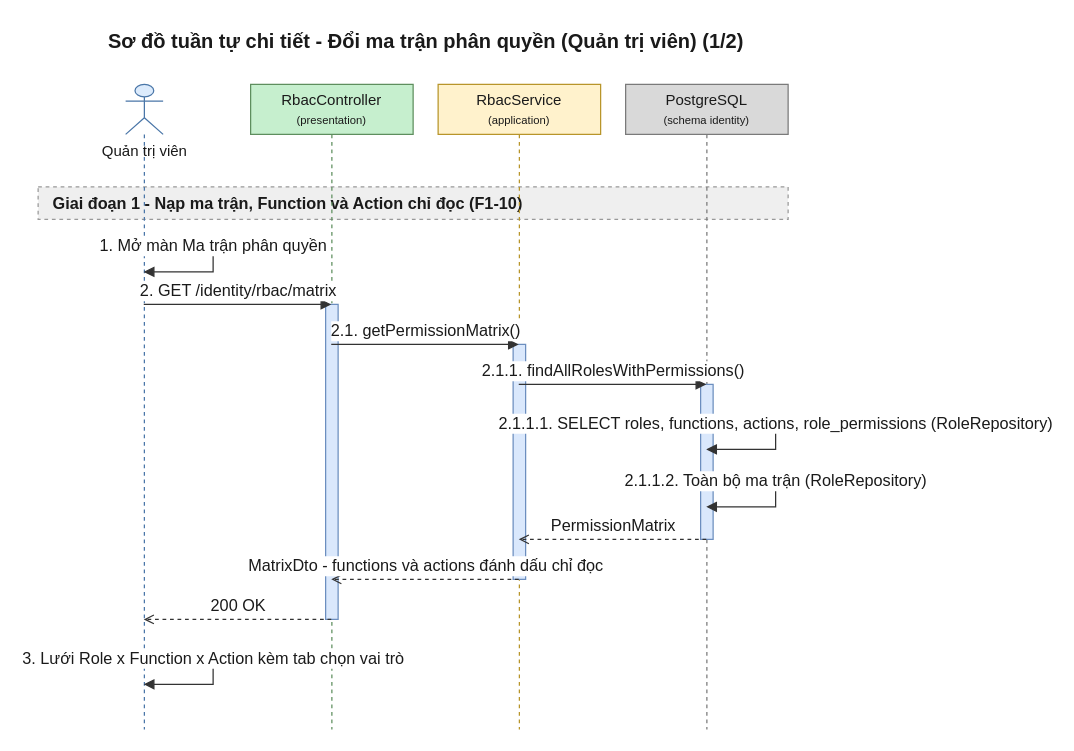
Above: 08-diagram/sequence/admin/sequence_admin_doi_ma_tran_phan_quyen_p1.drawio in daiphu1801/PRJ_ALGOPREP (draw.io), before the change. Source tidied: cells renumbered, new cells numbered last; positions are measured from the earlier drawing's top-left corner, leaving out a move shared by most shapes. Both pictures are drawn from the tidied source at 125%, with x=0, y=0 at pixel (38, 21).
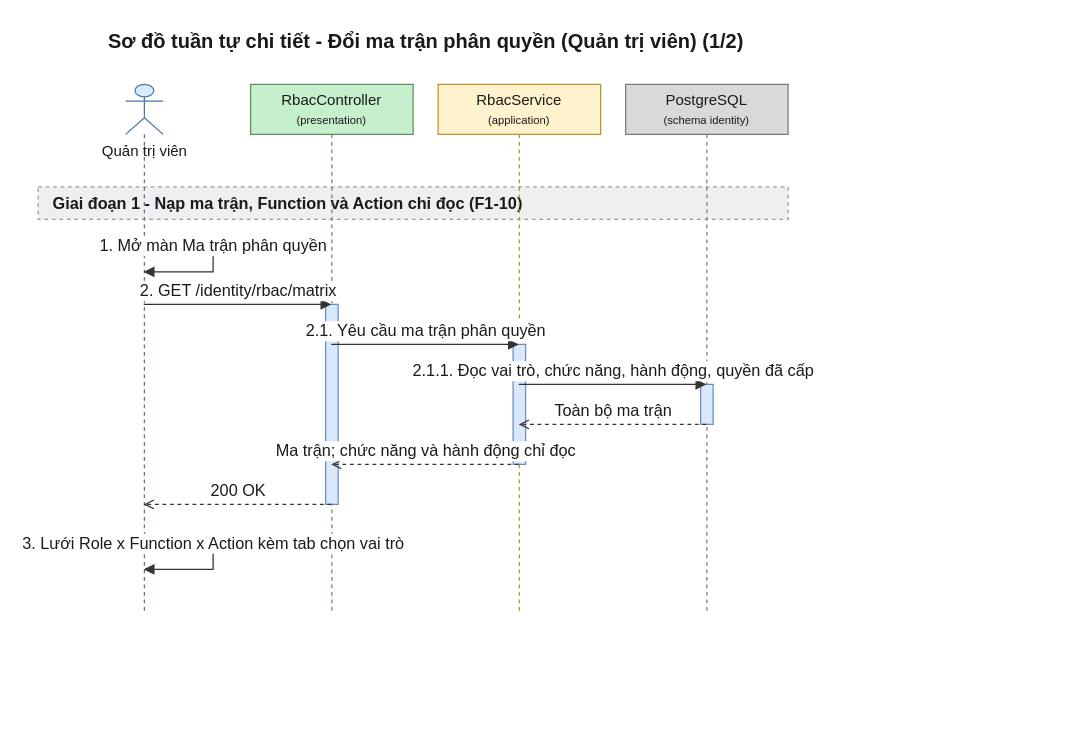
The same diagram, later.

The edit, as a diff of the source:
```diff
@@
     <mxCell id="4" value="Quản trị viên" style="shape=umlLifeline;participant=umlActor;perimeter=lifelinePerimeter;html=1;outlineConnect=0;size=40;verticalAlign=top;spacingTop=40;fillColor=#DCEBFC;strokeColor=#4A76A8;fontColor=#1A1A1A;" parent="1" vertex="1">
-      <mxGeometry x="70" y="50" width="30" height="516" as="geometry" />
+      <mxGeometry x="70" y="50" width="30" height="424" as="geometry" />
     </mxCell>
     <mxCell id="5" value="RbacController&lt;br&gt;&lt;font style=&quot;font-size:9px&quot;&gt;(presentation)&lt;/font&gt;" style="shape=umlLifeline;perimeter=lifelinePerimeter;whiteSpace=wrap;html=1;outlineConnect=0;size=40;fillColor=#C6EFCE;strokeColor=#5E8E5E;fontColor=#1A1A1A;" parent="1" vertex="1">
-      <mxGeometry x="170" y="50" width="130" height="516" as="geometry" />
+      <mxGeometry x="170" y="50" width="130" height="424" as="geometry" />
     </mxCell>
     <mxCell id="6" value="RbacService&lt;br&gt;&lt;font style=&quot;font-size:9px&quot;&gt;(application)&lt;/font&gt;" style="shape=umlLifeline;perimeter=lifelinePerimeter;whiteSpace=wrap;html=1;outlineConnect=0;size=40;fillColor=#FFF2CC;strokeColor=#B8952A;fontColor=#1A1A1A;" parent="1" vertex="1">
-      <mxGeometry x="320" y="50" width="130" height="516" as="geometry" />
+      <mxGeometry x="320" y="50" width="130" height="424" as="geometry" />
     </mxCell>
     <mxCell id="7" value="PostgreSQL&lt;br&gt;&lt;font style=&quot;font-size:9px&quot;&gt;(schema identity)&lt;/font&gt;" style="shape=umlLifeline;perimeter=lifelinePerimeter;whiteSpace=wrap;html=1;outlineConnect=0;size=40;fillColor=#D9D9D9;strokeColor=#7A7A7A;fontColor=#1A1A1A;" parent="1" vertex="1">
-      <mxGeometry x="470" y="50" width="130" height="516" as="geometry" />
+      <mxGeometry x="470" y="50" width="130" height="424" as="geometry" />
     </mxCell>
     <mxCell id="8" style="html=1;perimeter=orthogonalPerimeter;targetShapes=umlLifeline;fillColor=#DAE8FC;strokeColor=#6C8EBF;" parent="7" vertex="1">
-      <mxGeometry x="60" y="240" width="10" height="124" as="geometry" />
+      <mxGeometry x="60" y="240" width="10" height="32" as="geometry" />
     </mxCell>
     <mxCell id="9" style="html=1;perimeter=orthogonalPerimeter;targetShapes=umlLifeline;fillColor=#DAE8FC;strokeColor=#6C8EBF;" parent="6" vertex="1">
-      <mxGeometry x="60" y="208" width="10" height="188" as="geometry" />
+      <mxGeometry x="60" y="208" width="10" height="96" as="geometry" />
     </mxCell>
     <mxCell id="10" style="html=1;perimeter=orthogonalPerimeter;targetShapes=umlLifeline;fillColor=#DAE8FC;strokeColor=#6C8EBF;" parent="5" vertex="1">
-      <mxGeometry x="60" y="176" width="10" height="252" as="geometry" />
+      <mxGeometry x="60" y="176" width="10" height="160" as="geometry" />
     </mxCell>
-    <mxCell id="11" value="1. Mở màn Ma trận phân quyền" style="edgeStyle=orthogonalEdgeStyle;rounded=0;html=1;endArrow=block;endFill=1;strokeColor=#333333;fontColor=#1A1A1A;fontSize=13;verticalAlign=bottom;exitX=0.5;exitY=0.2519;exitDx=0;exitDy=0;entryX=0.5;entryY=0.2907;entryDx=0;entryDy=0;" parent="1" edge="1" source="4" target="4">
+    <mxCell id="11" value="1. Mở màn Ma trận phân quyền" style="edgeStyle=orthogonalEdgeStyle;rounded=0;html=1;endArrow=block;endFill=1;strokeColor=#333333;fontColor=#1A1A1A;fontSize=13;verticalAlign=bottom;exitX=0.5;exitY=0.3066;exitDx=0;exitDy=0;entryX=0.5;entryY=0.3538;entryDx=0;entryDy=0;" parent="1" edge="1" source="4" target="4">
       <mxGeometry relative="1" as="geometry">
         <Array as="points">
           <mxPoint x="140" y="180" />
           <mxPoint x="140" y="200" />
         </Array>
       </mxGeometry>
     </mxCell>
-    <mxCell id="12" value="2. GET /identity/rbac/matrix" style="edgeStyle=none;html=1;endArrow=block;endFill=1;strokeColor=#333333;fontColor=#1A1A1A;fontSize=13;verticalAlign=bottom;exitX=0.5;exitY=0.3411;exitDx=0;exitDy=0;entryX=0.5;entryY=0.3411;entryDx=0;entryDy=0;" parent="1" edge="1" source="4" target="5">
+    <mxCell id="12" value="2. GET /identity/rbac/matrix" style="edgeStyle=none;html=1;endArrow=block;endFill=1;strokeColor=#333333;fontColor=#1A1A1A;fontSize=13;verticalAlign=bottom;exitX=0.5;exitY=0.4151;exitDx=0;exitDy=0;entryX=0.5;entryY=0.4151;entryDx=0;entryDy=0;" parent="1" edge="1" source="4" target="5">
       <mxGeometry relative="1" as="geometry" />
     </mxCell>
-    <mxCell id="13" value="2.1. getPermissionMatrix()" style="edgeStyle=none;html=1;endArrow=block;endFill=1;strokeColor=#333333;fontColor=#1A1A1A;fontSize=13;verticalAlign=bottom;exitX=0.5;exitY=0.4031;exitDx=0;exitDy=0;entryX=0.5;entryY=0.4031;entryDx=0;entryDy=0;" parent="1" edge="1" source="5" target="6">
+    <mxCell id="13" value="2.1. Yêu cầu ma trận phân quyền" style="edgeStyle=none;html=1;endArrow=block;endFill=1;strokeColor=#333333;fontColor=#1A1A1A;fontSize=13;verticalAlign=bottom;exitX=0.5;exitY=0.4906;exitDx=0;exitDy=0;entryX=0.5;entryY=0.4906;entryDx=0;entryDy=0;" parent="1" edge="1" source="5" target="6">
       <mxGeometry relative="1" as="geometry" />
     </mxCell>
-    <mxCell id="14" value="2.1.1. findAllRolesWithPermissions()" style="edgeStyle=none;html=1;endArrow=block;endFill=1;strokeColor=#333333;fontColor=#1A1A1A;fontSize=13;verticalAlign=bottom;exitX=0.5;exitY=0.4651;exitDx=0;exitDy=0;entryX=0.5;entryY=0.4651;entryDx=0;entryDy=0;" parent="1" edge="1" source="6" target="7">
+    <mxCell id="14" value="2.1.1. Đọc vai trò, chức năng, hành động, quyền đã cấp" style="edgeStyle=none;html=1;endArrow=block;endFill=1;strokeColor=#333333;fontColor=#1A1A1A;fontSize=13;verticalAlign=bottom;exitX=0.5;exitY=0.5660;exitDx=0;exitDy=0;entryX=0.5;entryY=0.5660;entryDx=0;entryDy=0;" parent="1" edge="1" source="6" target="7">
       <mxGeometry relative="1" as="geometry" />
     </mxCell>
-    <mxCell id="15" value="2.1.1.1. SELECT roles, functions, actions, role_permissions (RoleRepository)" style="edgeStyle=orthogonalEdgeStyle;rounded=0;html=1;endArrow=block;endFill=1;strokeColor=#333333;fontColor=#1A1A1A;fontSize=13;verticalAlign=bottom;exitX=0.5;exitY=0.5271;exitDx=0;exitDy=0;entryX=0.5;entryY=0.5659;entryDx=0;entryDy=0;" parent="1" edge="1" source="7" target="7">
-      <mxGeometry relative="1" as="geometry">
-        <Array as="points">
-          <mxPoint x="590" y="322" />
-          <mxPoint x="590" y="342" />
-        </Array>
-      </mxGeometry>
+    <mxCell id="15" value="Toàn bộ ma trận" style="edgeStyle=none;html=1;endArrow=open;endFill=0;dashed=1;strokeColor=#333333;fontColor=#1A1A1A;fontSize=13;verticalAlign=bottom;exitX=0.5;exitY=0.6415;exitDx=0;exitDy=0;entryX=0.5;entryY=0.6415;entryDx=0;entryDy=0;" parent="1" edge="1" source="7" target="6">
+      <mxGeometry relative="1" as="geometry" />
     </mxCell>
-    <mxCell id="16" value="2.1.1.2. Toàn bộ ma trận (RoleRepository)" style="edgeStyle=orthogonalEdgeStyle;rounded=0;html=1;endArrow=block;endFill=1;strokeColor=#333333;fontColor=#1A1A1A;fontSize=13;verticalAlign=bottom;exitX=0.5;exitY=0.6163;exitDx=0;exitDy=0;entryX=0.5;entryY=0.6550;entryDx=0;entryDy=0;" parent="1" edge="1" source="7" target="7">
-      <mxGeometry relative="1" as="geometry">
-        <Array as="points">
-          <mxPoint x="590" y="368" />
-          <mxPoint x="590" y="388" />
-        </Array>
-      </mxGeometry>
+    <mxCell id="16" value="Ma trận; chức năng và hành động chỉ đọc" style="edgeStyle=none;html=1;endArrow=open;endFill=0;dashed=1;strokeColor=#333333;fontColor=#1A1A1A;fontSize=13;verticalAlign=bottom;exitX=0.5;exitY=0.7170;exitDx=0;exitDy=0;entryX=0.5;entryY=0.7170;entryDx=0;entryDy=0;" parent="1" edge="1" source="6" target="5">
+      <mxGeometry relative="1" as="geometry" />
     </mxCell>
-    <mxCell id="17" value="PermissionMatrix" style="edgeStyle=none;html=1;endArrow=open;endFill=0;dashed=1;strokeColor=#333333;fontColor=#1A1A1A;fontSize=13;verticalAlign=bottom;exitX=0.5;exitY=0.7054;exitDx=0;exitDy=0;entryX=0.5;entryY=0.7054;entryDx=0;entryDy=0;" parent="1" edge="1" source="7" target="6">
+    <mxCell id="17" value="200 OK" style="edgeStyle=none;html=1;endArrow=open;endFill=0;dashed=1;strokeColor=#333333;fontColor=#1A1A1A;fontSize=13;verticalAlign=bottom;exitX=0.5;exitY=0.7925;exitDx=0;exitDy=0;entryX=0.5;entryY=0.7925;entryDx=0;entryDy=0;" parent="1" edge="1" source="5" target="4">
       <mxGeometry relative="1" as="geometry" />
     </mxCell>
-    <mxCell id="18" value="MatrixDto - functions và actions đánh dấu chỉ đọc" style="edgeStyle=none;html=1;endArrow=open;endFill=0;dashed=1;strokeColor=#333333;fontColor=#1A1A1A;fontSize=13;verticalAlign=bottom;exitX=0.5;exitY=0.7674;exitDx=0;exitDy=0;entryX=0.5;entryY=0.7674;entryDx=0;entryDy=0;" parent="1" edge="1" source="6" target="5">
-      <mxGeometry relative="1" as="geometry" />
+    <mxCell id="18" value="3. Lưới Role x Function x Action kèm tab chọn vai trò" style="edgeStyle=orthogonalEdgeStyle;rounded=0;html=1;endArrow=block;endFill=1;strokeColor=#333333;fontColor=#1A1A1A;fontSize=13;verticalAlign=bottom;exitX=0.5;exitY=0.8679;exitDx=0;exitDy=0;entryX=0.5;entryY=0.9151;entryDx=0;entryDy=0;" parent="1" edge="1" source="4" target="4">
+      <mxGeometry relative="1" as="geometry">
+        <Array as="points">
+          <mxPoint x="140" y="418" />
+          <mxPoint x="140" y="438" />
+        </Array>
+      </mxGeometry>
     </mxCell>
-    <mxCell id="19" value="200 OK" style="edgeStyle=none;html=1;endArrow=open;endFill=0;dashed=1;strokeColor=#333333;fontColor=#1A1A1A;fontSize=13;verticalAlign=bottom;exitX=0.5;exitY=0.8295;exitDx=0;exitDy=0;entryX=0.5;entryY=0.8295;entryDx=0;entryDy=0;" parent="1" edge="1" source="5" target="4">
-      <mxGeometry relative="1" as="geometry" />
-    </mxCell>
-    <mxCell id="20" value="3. Lưới Role x Function x Action kèm tab chọn vai trò" style="edgeStyle=orthogonalEdgeStyle;rounded=0;html=1;endArrow=block;endFill=1;strokeColor=#333333;fontColor=#1A1A1A;fontSize=13;verticalAlign=bottom;exitX=0.5;exitY=0.8915;exitDx=0;exitDy=0;entryX=0.5;entryY=0.9302;entryDx=0;entryDy=0;" parent="1" edge="1" source="4" target="4">
-      <mxGeometry relative="1" as="geometry">
-        <Array as="points">
-          <mxPoint x="140" y="510" />
-          <mxPoint x="140" y="530" />
-        </Array>
-      </mxGeometry>
-    </mxCell>
```
